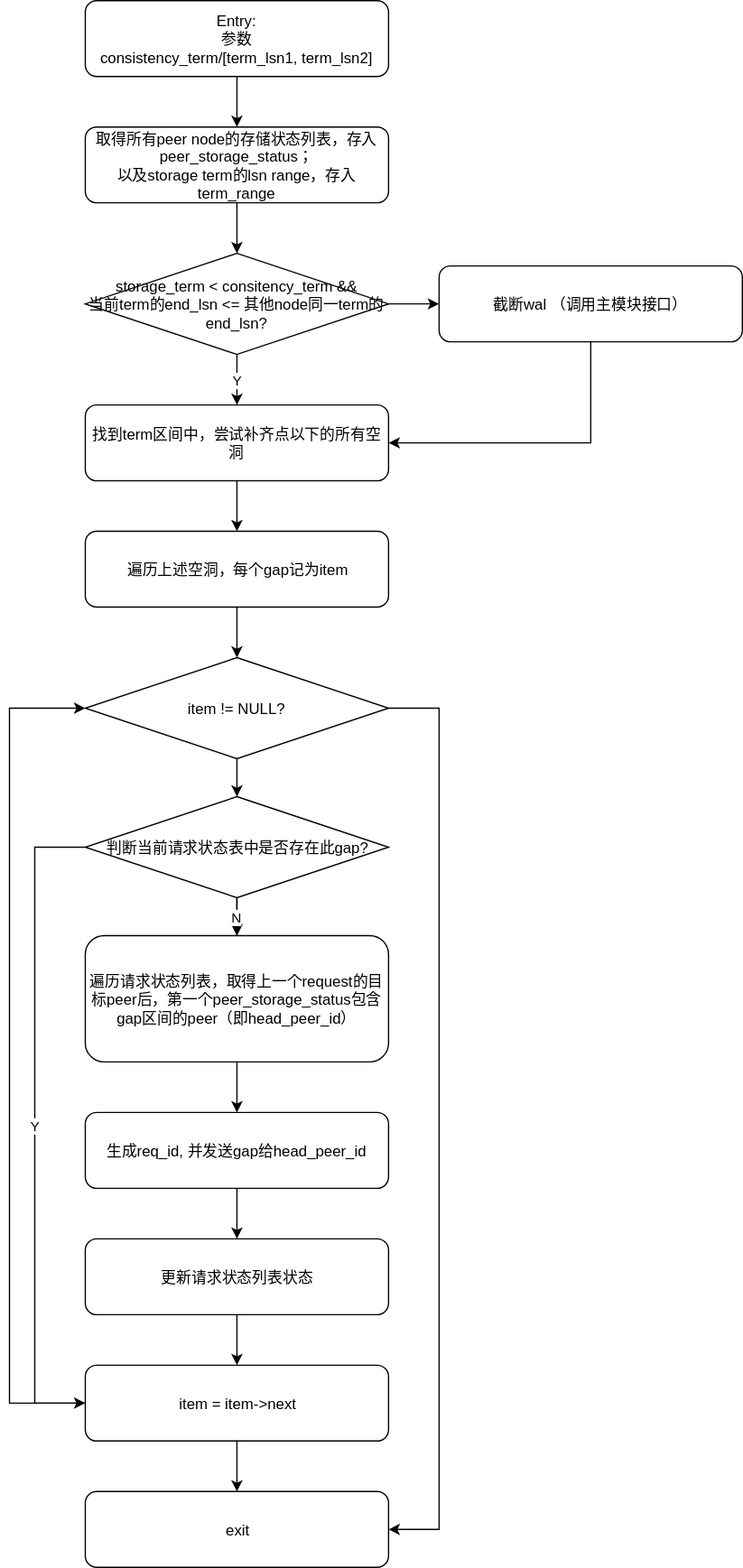
The draw.io diagram attachments/1629428465960.drawio.svg in simbahebinbo/smallfat.github.io, before a commit. Source tidied: cells renumbered, new cells last; positions are measured from the earlier drawing's top-left corner, leaving out a move shared by most shapes.
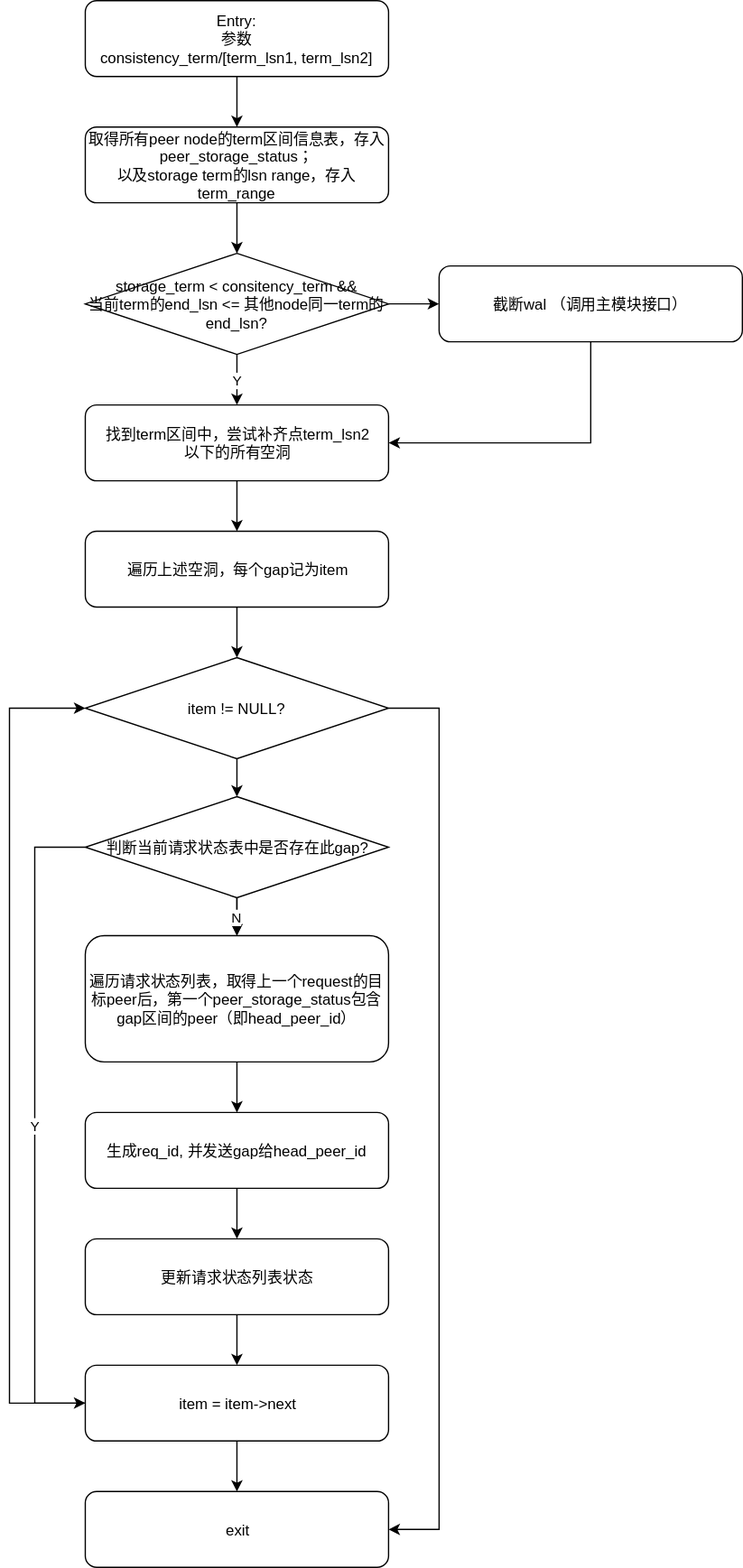
Later version of the same file.

Commit message:
添加附件 : attachments/1629428465960.drawio.svg

The edit, as a diff of the source:
```diff
@@ -5,7 +5,7 @@
     <mxCell id="2" style="edgeStyle=orthogonalEdgeStyle;rounded=0;jettySize=auto;html=1;" parent="1" edge="1" source="3" target="24">
       <mxGeometry relative="1" as="geometry" />
     </mxCell>
-    <mxCell id="3" value="取得所有peer node的存储状态列表，存入peer_storage_status；&lt;br&gt;以及storage term的lsn range，存入term_range" style="rounded=1;whiteSpace=wrap;html=1;" parent="1" vertex="1">
+    <mxCell id="3" value="取得所有peer node的term区间信息表，存入peer_storage_status；&lt;br&gt;以及storage term的lsn range，存入term_range" style="rounded=1;whiteSpace=wrap;html=1;" parent="1" vertex="1">
       <mxGeometry x="60" y="100" width="240" height="60" as="geometry" />
     </mxCell>
     <mxCell id="4" style="edgeStyle=orthogonalEdgeStyle;rounded=0;jettySize=auto;html=1;" parent="1" edge="1" source="5" target="10">
@@ -88,7 +88,7 @@
     <mxCell id="25" style="edgeStyle=orthogonalEdgeStyle;rounded=0;jettySize=auto;html=1;" parent="1" edge="1" source="26" target="5">
       <mxGeometry relative="1" as="geometry" />
     </mxCell>
-    <mxCell id="26" value="找到term区间中，尝试补齐点以下的所有空洞" style="rounded=1;whiteSpace=wrap;html=1;" parent="1" vertex="1">
+    <mxCell id="26" value="找到term区间中，尝试补齐点term_lsn2&lt;br&gt;以下的所有空洞" style="rounded=1;whiteSpace=wrap;html=1;" parent="1" vertex="1">
       <mxGeometry x="60" y="320" width="240" height="60" as="geometry" />
     </mxCell>
     <mxCell id="27" style="edgeStyle=orthogonalEdgeStyle;rounded=0;jettySize=auto;html=1;exitX=0.5;exitY=1;exitDx=0;exitDy=0;entryX=1;entryY=0.5;entryDx=0;entryDy=0;" parent="1" edge="1" source="28" target="26">
```
